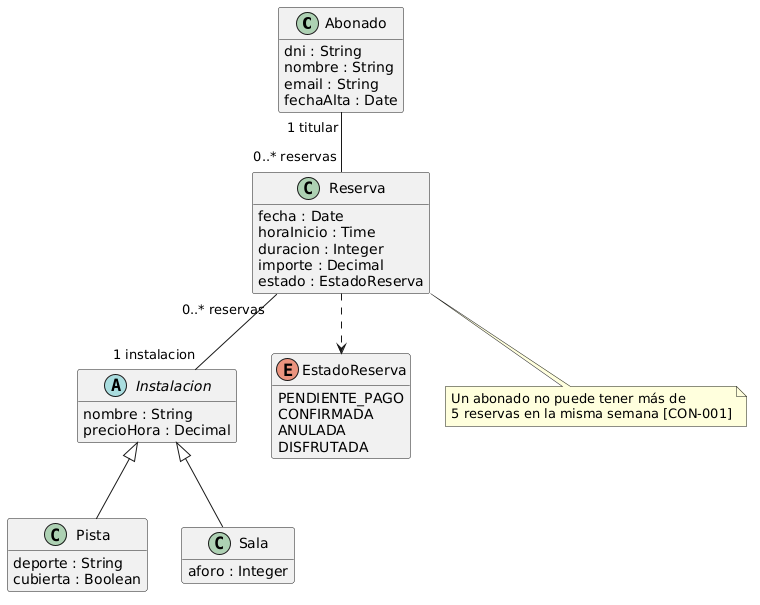
Before: archetypes/en_us/projects/sample-sports-center/assets/diagrama-clases.png, a diagram exported from PlantUML (proteus-University-of-Seville/profile-madeja). Its diagram source:
```plantuml
@startuml
skinparam defaultFontName Arial
hide empty methods
class Abonado {
  dni : String
  nombre : String
  email : String
  fechaAlta : Date
}
abstract class Instalacion {
  nombre : String
  precioHora : Decimal
}
class Pista {
  deporte : String
  cubierta : Boolean
}
class Sala {
  aforo : Integer
}
class Reserva {
  fecha : Date
  horaInicio : Time
  duracion : Integer
  importe : Decimal
  estado : EstadoReserva
}
enum EstadoReserva {
  PENDIENTE_PAGO
  CONFIRMADA
  ANULADA
  DISFRUTADA
}
Instalacion <|-- Pista
Instalacion <|-- Sala
Abonado "1 titular" -- "0..* reservas" Reserva
Reserva "0..* reservas" -- "1 instalacion" Instalacion
Reserva ..> EstadoReserva
note bottom of Reserva
  Un abonado no puede tener más de
  5 reservas en la misma semana [CON-001]
end note
@enduml
```
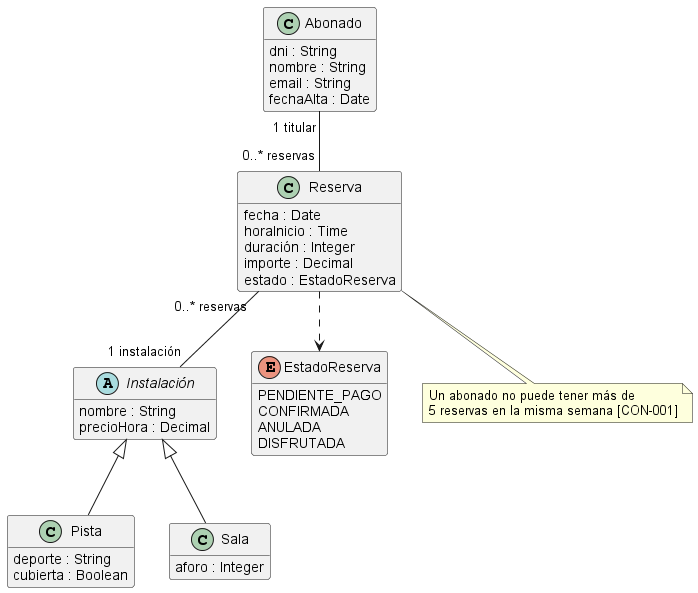
Above is the later version.

What changed in the source:
```diff
@@ -7,7 +7,7 @@
   email : String
   fechaAlta : Date
 }
-abstract class Instalacion {
+abstract class Instalación {
   nombre : String
   precioHora : Decimal
 }
@@ -21,7 +21,7 @@
 class Reserva {
   fecha : Date
   horaInicio : Time
-  duracion : Integer
+  duración : Integer
   importe : Decimal
   estado : EstadoReserva
 }
@@ -31,10 +31,10 @@
   ANULADA
   DISFRUTADA
 }
-Instalacion <|-- Pista
-Instalacion <|-- Sala
+Instalación <|-- Pista
+Instalación <|-- Sala
 Abonado "1 titular" -- "0..* reservas" Reserva
-Reserva "0..* reservas" -- "1 instalacion" Instalacion
+Reserva "0..* reservas" -- "1 instalación" Instalación
 Reserva ..> EstadoReserva
 note bottom of Reserva
   Un abonado no puede tener más de
```
